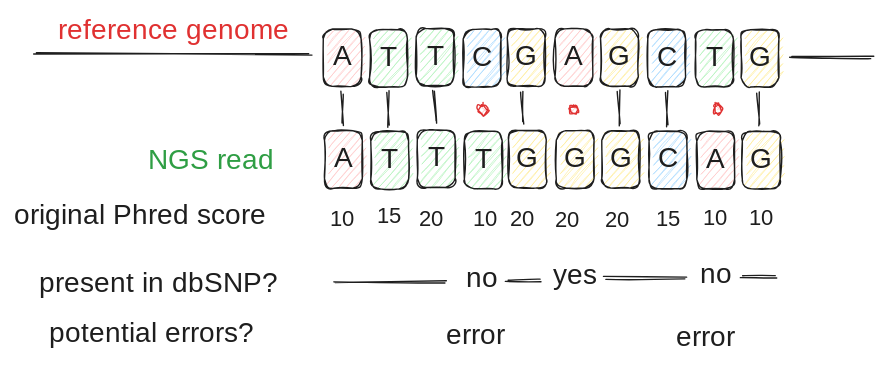
Earlier version of the Excalidraw export docs/variantcalling/img/bqsr.excalidraw.svg (nextflow-io/training). Source tidied: one line per element, renumbered; positions are measured from the earlier drawing's top-left corner, leaving out a move shared by most shapes. Its diagram source:
```json
{"id": 0, "type": "rectangle", "strokeColor": "#1e1e1e", "backgroundColor": "#ffc9c9", "fillStyle": "hachure", "strokeWidth": 1, "roughness": 1, "round": true, "x": 221, "y": 11, "width": 27, "height": 41}
{"id": 1, "type": "text", "text": "A", "strokeColor": "#1e1e1e", "strokeWidth": 1, "roughness": 1, "fontSize": 20, "fontFamily": 1, "textAlign": "center", "verticalAlign": "middle", "inside": 0, "x": 228, "y": 19, "width": 13, "height": 25}
{"id": 2, "type": "rectangle", "strokeColor": "#1e1e1e", "backgroundColor": "#b2f2bb", "fillStyle": "hachure", "strokeWidth": 1, "roughness": 1, "round": true, "x": 254, "y": 11, "width": 27, "height": 41}
{"id": 3, "type": "text", "text": "T", "strokeColor": "#1e1e1e", "strokeWidth": 1, "roughness": 1, "fontSize": 20, "fontFamily": 1, "textAlign": "center", "verticalAlign": "middle", "inside": 2, "x": 259, "y": 19, "width": 16, "height": 25}
{"id": 4, "type": "rectangle", "strokeColor": "#1e1e1e", "backgroundColor": "#ffc9c9", "fillStyle": "hachure", "strokeWidth": 1, "roughness": 1, "round": true, "x": 386, "y": 11, "width": 27, "height": 41}
{"id": 5, "type": "text", "text": "A", "strokeColor": "#1e1e1e", "strokeWidth": 1, "roughness": 1, "fontSize": 20, "fontFamily": 1, "textAlign": "center", "verticalAlign": "middle", "inside": 4, "x": 393, "y": 19, "width": 13, "height": 25}
{"id": 6, "type": "rectangle", "strokeColor": "#1e1e1e", "backgroundColor": "#b2f2bb", "fillStyle": "hachure", "strokeWidth": 1, "roughness": 1, "round": true, "x": 287, "y": 10, "width": 27, "height": 41}
{"id": 7, "type": "text", "text": "T", "strokeColor": "#1e1e1e", "strokeWidth": 1, "roughness": 1, "fontSize": 20, "fontFamily": 1, "textAlign": "center", "verticalAlign": "middle", "inside": 6, "x": 293, "y": 18, "width": 16, "height": 25}
{"id": 8, "type": "rectangle", "strokeColor": "#1e1e1e", "backgroundColor": "#ffec99", "fillStyle": "hachure", "strokeWidth": 1, "roughness": 1, "round": true, "x": 352, "y": 11, "width": 27, "height": 41}
{"id": 9, "type": "text", "text": "G", "strokeColor": "#1e1e1e", "strokeWidth": 1, "roughness": 1, "fontSize": 20, "fontFamily": 1, "textAlign": "center", "verticalAlign": "middle", "inside": 8, "x": 358, "y": 19, "width": 16, "height": 25}
{"id": 10, "type": "rectangle", "strokeColor": "#1e1e1e", "backgroundColor": "#a5d8ff", "fillStyle": "hachure", "strokeWidth": 1, "roughness": 1, "round": true, "x": 321, "y": 11, "width": 27, "height": 41}
{"id": 11, "type": "text", "text": "C", "strokeColor": "#1e1e1e", "strokeWidth": 1, "roughness": 1, "fontSize": 20, "fontFamily": 1, "textAlign": "center", "verticalAlign": "middle", "inside": 10, "x": 328, "y": 19, "width": 13, "height": 25}
{"id": 12, "type": "rectangle", "strokeColor": "#1e1e1e", "backgroundColor": "#ffec99", "fillStyle": "hachure", "strokeWidth": 1, "roughness": 1, "round": true, "x": 419, "y": 11, "width": 27, "height": 41}
{"id": 13, "type": "text", "text": "G", "strokeColor": "#1e1e1e", "strokeWidth": 1, "roughness": 1, "fontSize": 20, "fontFamily": 1, "textAlign": "center", "verticalAlign": "middle", "inside": 12, "x": 425, "y": 19, "width": 16, "height": 25}
{"id": 14, "type": "rectangle", "strokeColor": "#1e1e1e", "backgroundColor": "#b2f2bb", "fillStyle": "hachure", "strokeWidth": 1, "roughness": 1, "round": true, "x": 487, "y": 11, "width": 27, "height": 41}
{"id": 15, "type": "text", "text": "T", "strokeColor": "#1e1e1e", "strokeWidth": 1, "roughness": 1, "fontSize": 20, "fontFamily": 1, "textAlign": "center", "verticalAlign": "middle", "inside": 14, "x": 492, "y": 19, "width": 16, "height": 25}
{"id": 16, "type": "rectangle", "strokeColor": "#1e1e1e", "backgroundColor": "#a5d8ff", "fillStyle": "hachure", "strokeWidth": 1, "roughness": 1, "round": true, "x": 453, "y": 11, "width": 27, "height": 41}
{"id": 17, "type": "text", "text": "C", "strokeColor": "#1e1e1e", "strokeWidth": 1, "roughness": 1, "fontSize": 20, "fontFamily": 1, "textAlign": "center", "verticalAlign": "middle", "inside": 16, "x": 460, "y": 19, "width": 13, "height": 25}
{"id": 18, "type": "rectangle", "strokeColor": "#1e1e1e", "backgroundColor": "#ffec99", "fillStyle": "hachure", "strokeWidth": 1, "roughness": 1, "round": true, "x": 519, "y": 11, "width": 27, "height": 41}
{"id": 19, "type": "text", "text": "G", "strokeColor": "#1e1e1e", "strokeWidth": 1, "roughness": 1, "fontSize": 20, "fontFamily": 1, "textAlign": "center", "verticalAlign": "middle", "inside": 18, "x": 525, "y": 19, "width": 16, "height": 25}
{"id": 20, "type": "line", "strokeColor": "#1e1e1e", "strokeWidth": 1, "roughness": 1, "round": true, "x": 555, "y": 30, "width": 58, "height": 1, "points": [[0, 0], [58, 1]]}
{"id": 21, "type": "line", "strokeColor": "#1e1e1e", "strokeWidth": 1, "roughness": 1, "round": true, "x": 14, "y": 29, "width": 197, "height": 1, "points": [[0, 0], [197, 1]]}
{"id": 22, "type": "rectangle", "strokeColor": "#1e1e1e", "backgroundColor": "#ffc9c9", "fillStyle": "hachure", "strokeWidth": 1, "roughness": 1, "round": true, "x": 222, "y": 83, "width": 27, "height": 41}
{"id": 23, "type": "text", "text": "A", "strokeColor": "#1e1e1e", "strokeWidth": 1, "roughness": 1, "fontSize": 20, "fontFamily": 1, "textAlign": "center", "verticalAlign": "middle", "inside": 22, "x": 229, "y": 91, "width": 13, "height": 25}
{"id": 24, "type": "rectangle", "strokeColor": "#1e1e1e", "backgroundColor": "#b2f2bb", "fillStyle": "hachure", "strokeWidth": 1, "roughness": 1, "round": true, "x": 255, "y": 84, "width": 27, "height": 41}
{"id": 25, "type": "text", "text": "T", "strokeColor": "#1e1e1e", "strokeWidth": 1, "roughness": 1, "fontSize": 20, "fontFamily": 1, "textAlign": "center", "verticalAlign": "middle", "inside": 24, "x": 260, "y": 92, "width": 16, "height": 25}
{"id": 26, "type": "rectangle", "strokeColor": "#1e1e1e", "backgroundColor": "#ffec99", "fillStyle": "hachure", "strokeWidth": 1, "roughness": 1, "round": true, "x": 387, "y": 83, "width": 27, "height": 41}
{"id": 27, "type": "text", "text": "G", "strokeColor": "#1e1e1e", "strokeWidth": 1, "roughness": 1, "fontSize": 20, "fontFamily": 1, "textAlign": "center", "verticalAlign": "middle", "inside": 26, "x": 393, "y": 91, "width": 16, "height": 25}
{"id": 28, "type": "rectangle", "strokeColor": "#1e1e1e", "backgroundColor": "#b2f2bb", "fillStyle": "hachure", "strokeWidth": 1, "roughness": 1, "round": true, "x": 288, "y": 83, "width": 27, "height": 41}
{"id": 29, "type": "text", "text": "T", "strokeColor": "#1e1e1e", "strokeWidth": 1, "roughness": 1, "fontSize": 20, "fontFamily": 1, "textAlign": "center", "verticalAlign": "middle", "inside": 28, "x": 294, "y": 91, "width": 16, "height": 25}
{"id": 30, "type": "rectangle", "strokeColor": "#1e1e1e", "backgroundColor": "#ffec99", "fillStyle": "hachure", "strokeWidth": 1, "roughness": 1, "round": true, "x": 353, "y": 83, "width": 27, "height": 41}
{"id": 31, "type": "text", "text": "G", "strokeColor": "#1e1e1e", "strokeWidth": 1, "roughness": 1, "fontSize": 20, "fontFamily": 1, "textAlign": "center", "verticalAlign": "middle", "inside": 30, "x": 359, "y": 91, "width": 16, "height": 25}
{"id": 32, "type": "rectangle", "strokeColor": "#1e1e1e", "backgroundColor": "#b2f2bb", "fillStyle": "hachure", "strokeWidth": 1, "roughness": 1, "round": true, "x": 322, "y": 84, "width": 27, "height": 41}
{"id": 33, "type": "text", "text": "T", "strokeColor": "#1e1e1e", "strokeWidth": 1, "roughness": 1, "fontSize": 20, "fontFamily": 1, "textAlign": "center", "verticalAlign": "middle", "inside": 32, "x": 327, "y": 92, "width": 16, "height": 25}
{"id": 34, "type": "rectangle", "strokeColor": "#1e1e1e", "backgroundColor": "#ffec99", "fillStyle": "hachure", "strokeWidth": 1, "roughness": 1, "round": true, "x": 420, "y": 83, "width": 27, "height": 41}
{"id": 35, "type": "text", "text": "G", "strokeColor": "#1e1e1e", "strokeWidth": 1, "roughness": 1, "fontSize": 20, "fontFamily": 1, "textAlign": "center", "verticalAlign": "middle", "inside": 34, "x": 425, "y": 91, "width": 16, "height": 25}
{"id": 36, "type": "rectangle", "strokeColor": "#1e1e1e", "backgroundColor": "#ffc9c9", "fillStyle": "hachure", "strokeWidth": 1, "roughness": 1, "round": true, "x": 488, "y": 84, "width": 27, "height": 41}
{"id": 37, "type": "text", "text": "A", "strokeColor": "#1e1e1e", "strokeWidth": 1, "roughness": 1, "fontSize": 20, "fontFamily": 1, "textAlign": "center", "verticalAlign": "middle", "inside": 36, "x": 495, "y": 92, "width": 13, "height": 25}
{"id": 38, "type": "rectangle", "strokeColor": "#1e1e1e", "backgroundColor": "#a5d8ff", "fillStyle": "hachure", "strokeWidth": 1, "roughness": 1, "round": true, "x": 454, "y": 84, "width": 27, "height": 41}
{"id": 39, "type": "text", "text": "C", "strokeColor": "#1e1e1e", "strokeWidth": 1, "roughness": 1, "fontSize": 20, "fontFamily": 1, "textAlign": "center", "verticalAlign": "middle", "inside": 38, "x": 461, "y": 92, "width": 13, "height": 25}
{"id": 40, "type": "rectangle", "strokeColor": "#1e1e1e", "backgroundColor": "#ffec99", "fillStyle": "hachure", "strokeWidth": 1, "roughness": 1, "round": true, "x": 520, "y": 84, "width": 27, "height": 41}
{"id": 41, "type": "text", "text": "G", "strokeColor": "#1e1e1e", "strokeWidth": 1, "roughness": 1, "fontSize": 20, "fontFamily": 1, "textAlign": "center", "verticalAlign": "middle", "inside": 40, "x": 526, "y": 92, "width": 16, "height": 25}
{"id": 42, "type": "line", "strokeColor": "#1e1e1e", "backgroundColor": "#ffec99", "fillStyle": "hachure", "strokeWidth": 1, "roughness": 1, "round": true, "x": 234, "y": 56, "width": 1, "height": 23, "points": [[0, 0], [1, 23]]}
{"id": 43, "type": "line", "strokeColor": "#1e1e1e", "backgroundColor": "#ffec99", "fillStyle": "hachure", "strokeWidth": 1, "roughness": 1, "round": true, "x": 267, "y": 56, "width": 1, "height": 23, "points": [[0, 0], [1, 23]]}
{"id": 44, "type": "line", "strokeColor": "#1e1e1e", "backgroundColor": "#ffec99", "fillStyle": "hachure", "strokeWidth": 1, "roughness": 1, "round": true, "x": 300, "y": 54, "width": 1, "height": 23, "points": [[0, 0], [1, 23]]}
{"id": 45, "type": "line", "strokeColor": "#1e1e1e", "backgroundColor": "#ffec99", "fillStyle": "hachure", "strokeWidth": 1, "roughness": 1, "round": true, "x": 431, "y": 56, "width": 1, "height": 23, "points": [[0, 0], [1, 23]]}
{"id": 46, "type": "line", "strokeColor": "#1e1e1e", "backgroundColor": "#ffec99", "fillStyle": "hachure", "strokeWidth": 1, "roughness": 1, "round": true, "x": 363, "y": 55, "width": 1, "height": 23, "points": [[0, 0], [1, 23]]}
{"id": 47, "type": "line", "strokeColor": "#1e1e1e", "backgroundColor": "#ffec99", "fillStyle": "hachure", "strokeWidth": 1, "roughness": 1, "round": true, "x": 466, "y": 56, "width": 1, "height": 23, "points": [[0, 0], [1, 23]]}
{"id": 48, "type": "line", "strokeColor": "#1e1e1e", "backgroundColor": "#ffec99", "fillStyle": "hachure", "strokeWidth": 1, "roughness": 1, "round": true, "x": 531, "y": 56, "width": 1, "height": 23, "points": [[0, 0], [1, 23]]}
{"id": 49, "type": "ellipse", "strokeColor": "#e03131", "backgroundColor": "#ffc9c9", "fillStyle": "cross-hatch", "strokeWidth": 1, "roughness": 1, "round": true, "x": 332, "y": 65, "width": 6, "height": 7}
{"id": 50, "type": "ellipse", "strokeColor": "#e03131", "backgroundColor": "#ffc9c9", "fillStyle": "cross-hatch", "strokeWidth": 1, "roughness": 1, "round": true, "x": 397, "y": 65, "width": 6, "height": 7}
{"id": 51, "type": "ellipse", "strokeColor": "#e03131", "backgroundColor": "#ffc9c9", "fillStyle": "cross-hatch", "strokeWidth": 1, "roughness": 1, "round": true, "x": 500, "y": 64, "width": 6, "height": 7}
{"id": 52, "type": "text", "text": "reference genome", "strokeColor": "#e03131", "backgroundColor": "#ffc9c9", "fillStyle": "cross-hatch", "strokeWidth": 1, "roughness": 1, "fontSize": 20, "fontFamily": 1, "x": 31, "y": 0, "width": 165, "height": 25}
{"id": 53, "type": "text", "text": "NGS read", "strokeColor": "#2f9e44", "backgroundColor": "#ffc9c9", "fillStyle": "cross-hatch", "strokeWidth": 1, "roughness": 1, "fontSize": 20, "fontFamily": 1, "x": 96, "y": 93, "width": 95, "height": 25}
{"id": 54, "type": "text", "text": "original Phred score", "strokeColor": "#1e1e1e", "backgroundColor": "#ffc9c9", "fillStyle": "cross-hatch", "strokeWidth": 1, "roughness": 1, "fontSize": 20, "fontFamily": 1, "x": 0, "y": 132, "width": 192, "height": 25}
{"id": 55, "type": "text", "text": "present in dbSNP?", "strokeColor": "#1e1e1e", "backgroundColor": "#ffc9c9", "fillStyle": "cross-hatch", "strokeWidth": 1, "roughness": 1, "fontSize": 20, "fontFamily": 1, "x": 17, "y": 181, "width": 175, "height": 25}
{"id": 56, "type": "text", "text": "no", "strokeColor": "#1e1e1e", "backgroundColor": "#ffc9c9", "fillStyle": "cross-hatch", "strokeWidth": 1, "roughness": 1, "fontSize": 20, "fontFamily": 1, "x": 323, "y": 177, "width": 20, "height": 25}
{"id": 57, "type": "text", "text": "yes", "strokeColor": "#1e1e1e", "backgroundColor": "#ffc9c9", "fillStyle": "cross-hatch", "strokeWidth": 1, "roughness": 1, "fontSize": 20, "fontFamily": 1, "x": 385, "y": 175, "width": 31, "height": 25}
{"id": 58, "type": "text", "text": "no", "strokeColor": "#1e1e1e", "backgroundColor": "#ffc9c9", "fillStyle": "cross-hatch", "strokeWidth": 1, "roughness": 1, "fontSize": 20, "fontFamily": 1, "x": 490, "y": 174, "width": 20, "height": 25}
{"id": 59, "type": "text", "text": "potential errors?", "strokeColor": "#1e1e1e", "backgroundColor": "#ffc9c9", "fillStyle": "cross-hatch", "strokeWidth": 1, "roughness": 1, "fontSize": 20, "fontFamily": 1, "x": 25, "y": 216, "width": 165, "height": 25}
{"id": 60, "type": "line", "strokeColor": "#1e1e1e", "backgroundColor": "#ffc9c9", "fillStyle": "cross-hatch", "strokeWidth": 1, "roughness": 1, "round": true, "x": 228, "y": 191, "width": 81, "height": 0, "points": [[0, 0], [81, 0]]}
{"id": 61, "type": "line", "strokeColor": "#1e1e1e", "backgroundColor": "#ffc9c9", "fillStyle": "cross-hatch", "strokeWidth": 1, "roughness": 1, "round": true, "x": 351, "y": 191, "width": 25, "height": 0, "points": [[0, 0], [25, 0]]}
{"id": 62, "type": "line", "strokeColor": "#1e1e1e", "backgroundColor": "#ffc9c9", "fillStyle": "cross-hatch", "strokeWidth": 1, "roughness": 1, "round": true, "x": 422, "y": 188, "width": 59, "height": 0, "points": [[0, 0], [59, 0]]}
{"id": 63, "type": "line", "strokeColor": "#1e1e1e", "backgroundColor": "#ffc9c9", "fillStyle": "cross-hatch", "strokeWidth": 1, "roughness": 1, "round": true, "x": 520, "y": 189, "width": 25, "height": 1, "points": [[0, 0], [25, -1]]}
{"id": 64, "type": "text", "text": "error", "strokeColor": "#1e1e1e", "backgroundColor": "#ffc9c9", "fillStyle": "cross-hatch", "strokeWidth": 1, "roughness": 1, "fontSize": 20, "fontFamily": 1, "x": 308, "y": 218, "width": 48, "height": 25}
{"id": 65, "type": "text", "text": "error", "strokeColor": "#1e1e1e", "backgroundColor": "#ffc9c9", "fillStyle": "cross-hatch", "strokeWidth": 1, "roughness": 1, "fontSize": 20, "fontFamily": 1, "x": 473, "y": 219, "width": 48, "height": 25}
{"id": 66, "type": "text", "text": "10", "strokeColor": "#1e1e1e", "backgroundColor": "#ffc9c9", "fillStyle": "cross-hatch", "strokeWidth": 1, "roughness": 1, "fontSize": 16, "fontFamily": 1, "x": 226, "y": 137, "width": 15, "height": 20}
{"id": 67, "type": "text", "text": "15", "strokeColor": "#1e1e1e", "backgroundColor": "#ffc9c9", "fillStyle": "cross-hatch", "strokeWidth": 1, "roughness": 1, "fontSize": 16, "fontFamily": 1, "x": 259, "y": 135, "width": 14, "height": 20}
{"id": 68, "type": "text", "text": "10", "strokeColor": "#1e1e1e", "backgroundColor": "#ffc9c9", "fillStyle": "cross-hatch", "strokeWidth": 1, "roughness": 1, "fontSize": 16, "fontFamily": 1, "x": 328, "y": 137, "width": 15, "height": 20}
{"id": 69, "type": "text", "text": "20", "strokeColor": "#1e1e1e", "backgroundColor": "#ffc9c9", "fillStyle": "cross-hatch", "strokeWidth": 1, "roughness": 1, "fontSize": 16, "fontFamily": 1, "x": 289, "y": 137, "width": 22, "height": 20}
{"id": 70, "type": "text", "text": "20", "strokeColor": "#1e1e1e", "backgroundColor": "#ffc9c9", "fillStyle": "cross-hatch", "strokeWidth": 1, "roughness": 1, "fontSize": 16, "fontFamily": 1, "x": 354, "y": 137, "width": 22, "height": 20}
{"id": 71, "type": "text", "text": "20", "strokeColor": "#1e1e1e", "backgroundColor": "#ffc9c9", "fillStyle": "cross-hatch", "strokeWidth": 1, "roughness": 1, "fontSize": 16, "fontFamily": 1, "x": 387, "y": 138, "width": 22, "height": 20}
{"id": 72, "type": "text", "text": "20", "strokeColor": "#1e1e1e", "backgroundColor": "#ffc9c9", "fillStyle": "cross-hatch", "strokeWidth": 1, "roughness": 1, "fontSize": 16, "fontFamily": 1, "x": 422, "y": 138, "width": 22, "height": 20}
{"id": 73, "type": "text", "text": "15", "strokeColor": "#1e1e1e", "backgroundColor": "#ffc9c9", "fillStyle": "cross-hatch", "strokeWidth": 1, "roughness": 1, "fontSize": 16, "fontFamily": 1, "x": 459, "y": 137, "width": 14, "height": 20}
{"id": 74, "type": "text", "text": "10", "strokeColor": "#1e1e1e", "backgroundColor": "#ffc9c9", "fillStyle": "cross-hatch", "strokeWidth": 1, "roughness": 1, "fontSize": 16, "fontFamily": 1, "x": 492, "y": 136, "width": 15, "height": 20}
{"id": 75, "type": "text", "text": "10", "strokeColor": "#1e1e1e", "backgroundColor": "#ffc9c9", "fillStyle": "cross-hatch", "strokeWidth": 1, "roughness": 1, "fontSize": 16, "fontFamily": 1, "x": 525, "y": 136, "width": 15, "height": 20}
```
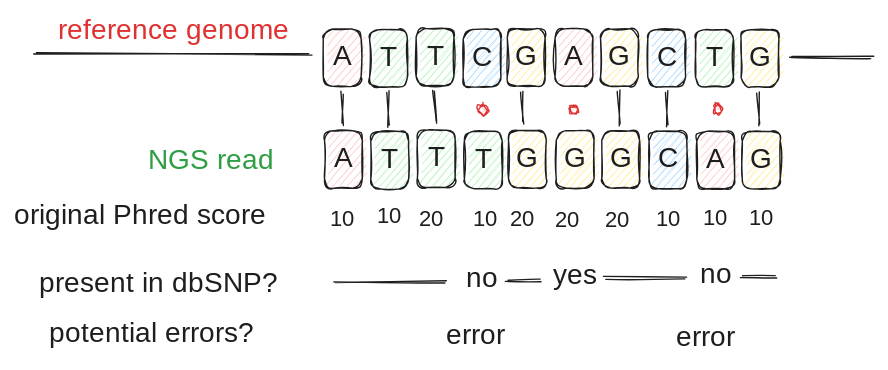
After the commit.

Commit message:
complete theory

Change to the diagram source:
```diff
@@ -65,12 +65,12 @@
 {"id": 64, "type": "text", "text": "error", "strokeColor": "#1e1e1e", "backgroundColor": "#ffc9c9", "fillStyle": "cross-hatch", "strokeWidth": 1, "roughness": 1, "fontSize": 20, "fontFamily": 1, "x": 308, "y": 218, "width": 48, "height": 25}
 {"id": 65, "type": "text", "text": "error", "strokeColor": "#1e1e1e", "backgroundColor": "#ffc9c9", "fillStyle": "cross-hatch", "strokeWidth": 1, "roughness": 1, "fontSize": 20, "fontFamily": 1, "x": 473, "y": 219, "width": 48, "height": 25}
 {"id": 66, "type": "text", "text": "10", "strokeColor": "#1e1e1e", "backgroundColor": "#ffc9c9", "fillStyle": "cross-hatch", "strokeWidth": 1, "roughness": 1, "fontSize": 16, "fontFamily": 1, "x": 226, "y": 137, "width": 15, "height": 20}
-{"id": 67, "type": "text", "text": "15", "strokeColor": "#1e1e1e", "backgroundColor": "#ffc9c9", "fillStyle": "cross-hatch", "strokeWidth": 1, "roughness": 1, "fontSize": 16, "fontFamily": 1, "x": 259, "y": 135, "width": 14, "height": 20}
+{"id": 67, "type": "text", "text": "10", "strokeColor": "#1e1e1e", "backgroundColor": "#ffc9c9", "fillStyle": "cross-hatch", "strokeWidth": 1, "roughness": 1, "fontSize": 16, "fontFamily": 1, "x": 259, "y": 135, "width": 15, "height": 20}
 {"id": 68, "type": "text", "text": "10", "strokeColor": "#1e1e1e", "backgroundColor": "#ffc9c9", "fillStyle": "cross-hatch", "strokeWidth": 1, "roughness": 1, "fontSize": 16, "fontFamily": 1, "x": 328, "y": 137, "width": 15, "height": 20}
 {"id": 69, "type": "text", "text": "20", "strokeColor": "#1e1e1e", "backgroundColor": "#ffc9c9", "fillStyle": "cross-hatch", "strokeWidth": 1, "roughness": 1, "fontSize": 16, "fontFamily": 1, "x": 289, "y": 137, "width": 22, "height": 20}
 {"id": 70, "type": "text", "text": "20", "strokeColor": "#1e1e1e", "backgroundColor": "#ffc9c9", "fillStyle": "cross-hatch", "strokeWidth": 1, "roughness": 1, "fontSize": 16, "fontFamily": 1, "x": 354, "y": 137, "width": 22, "height": 20}
 {"id": 71, "type": "text", "text": "20", "strokeColor": "#1e1e1e", "backgroundColor": "#ffc9c9", "fillStyle": "cross-hatch", "strokeWidth": 1, "roughness": 1, "fontSize": 16, "fontFamily": 1, "x": 387, "y": 138, "width": 22, "height": 20}
 {"id": 72, "type": "text", "text": "20", "strokeColor": "#1e1e1e", "backgroundColor": "#ffc9c9", "fillStyle": "cross-hatch", "strokeWidth": 1, "roughness": 1, "fontSize": 16, "fontFamily": 1, "x": 422, "y": 138, "width": 22, "height": 20}
-{"id": 73, "type": "text", "text": "15", "strokeColor": "#1e1e1e", "backgroundColor": "#ffc9c9", "fillStyle": "cross-hatch", "strokeWidth": 1, "roughness": 1, "fontSize": 16, "fontFamily": 1, "x": 459, "y": 137, "width": 14, "height": 20}
+{"id": 73, "type": "text", "text": "10", "strokeColor": "#1e1e1e", "backgroundColor": "#ffc9c9", "fillStyle": "cross-hatch", "strokeWidth": 1, "roughness": 1, "fontSize": 16, "fontFamily": 1, "x": 459, "y": 137, "width": 15, "height": 20}
 {"id": 74, "type": "text", "text": "10", "strokeColor": "#1e1e1e", "backgroundColor": "#ffc9c9", "fillStyle": "cross-hatch", "strokeWidth": 1, "roughness": 1, "fontSize": 16, "fontFamily": 1, "x": 492, "y": 136, "width": 15, "height": 20}
 {"id": 75, "type": "text", "text": "10", "strokeColor": "#1e1e1e", "backgroundColor": "#ffc9c9", "fillStyle": "cross-hatch", "strokeWidth": 1, "roughness": 1, "fontSize": 16, "fontFamily": 1, "x": 525, "y": 136, "width": 15, "height": 20}
```
